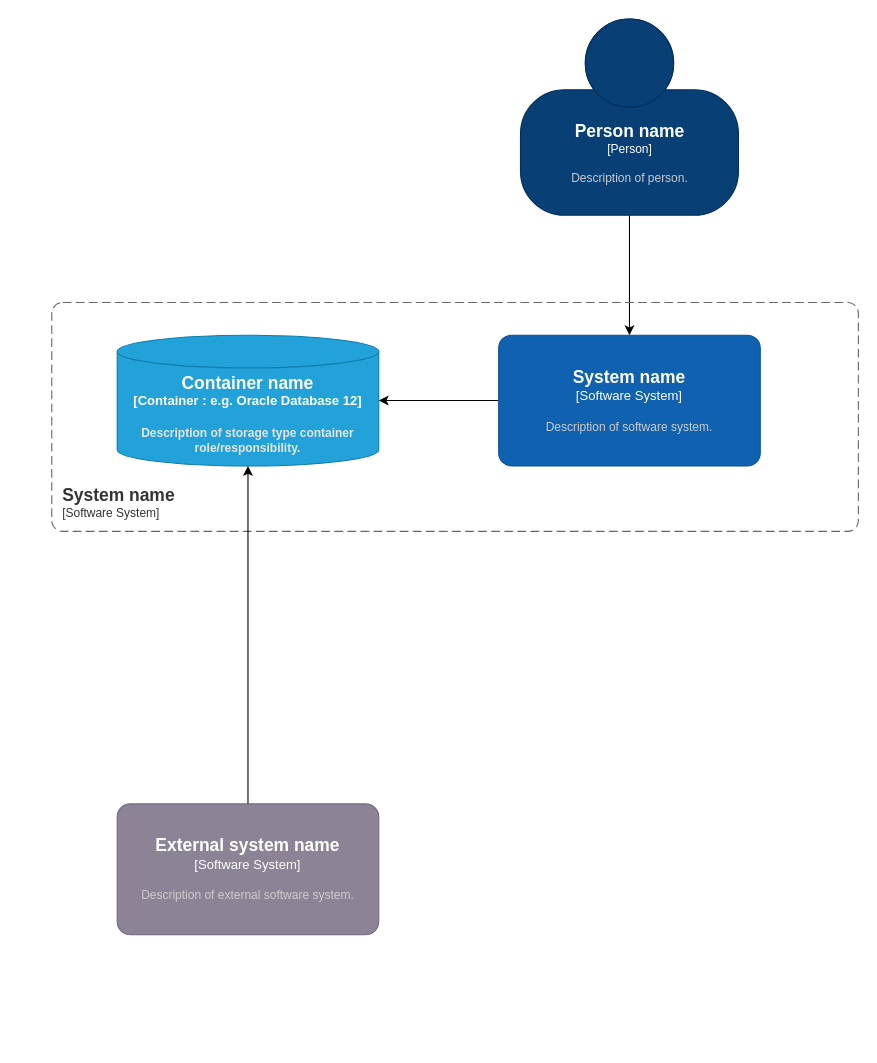
jankb/kotlintest keeps this draw.io diagram as docs/desgingtest.drawio. Above is the earlier version. Source tidied: cells renumbered, new cells numbered last; positions are measured from the earlier drawing's top-left corner, leaving out a move shared by most shapes. Both pictures are drawn from the tidied source at 109%, with x=0, y=0 at pixel (51, 19).
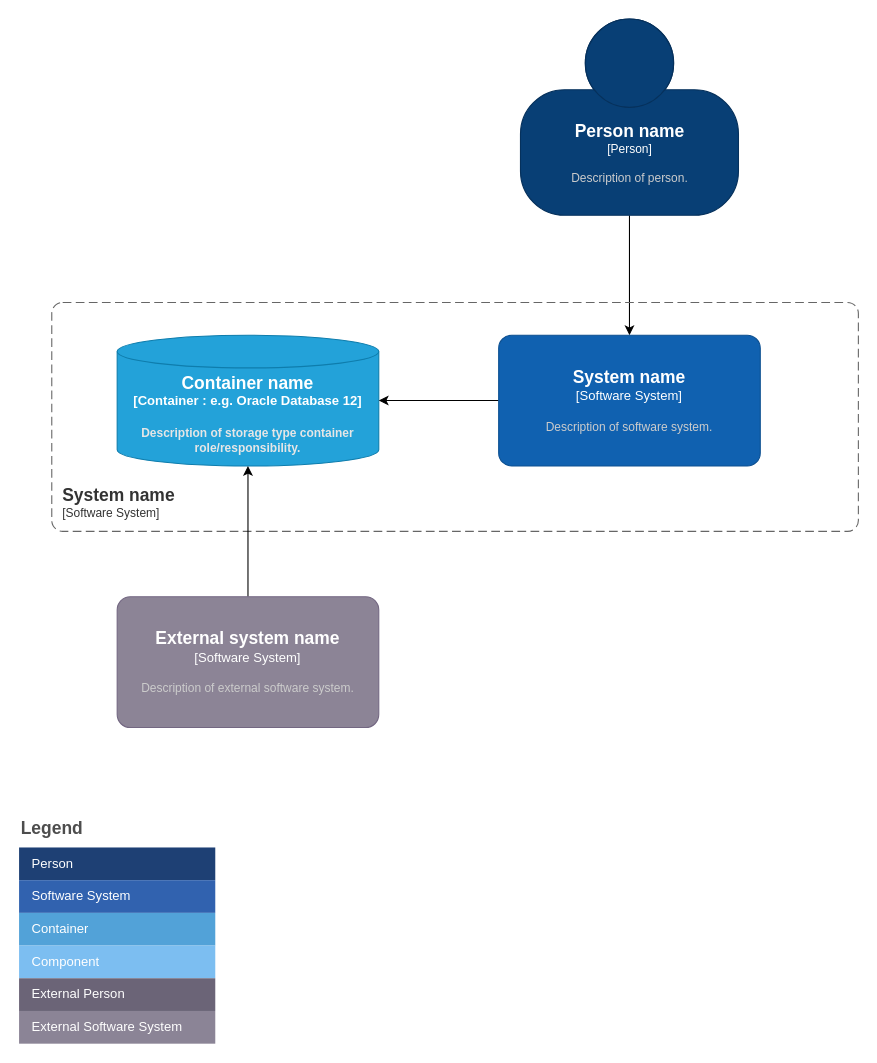
Above is the later version.

What changed in the source:
```diff
@@
     <object id="9" label="&lt;font style=&quot;font-size: 16px&quot;&gt;&lt;b&gt;%c4Name%&lt;/b&gt;&lt;/font&gt;&lt;div&gt;[%c4Type%]&lt;/div&gt;&lt;br&gt;&lt;div&gt;&lt;font style=&quot;font-size: 11px&quot;&gt;&lt;font color=&quot;#cccccc&quot;&gt;%c4Description%&lt;/font&gt;&lt;/div&gt;" c4Description="Description of external software system." c4Name="External system name" c4Type="Software System" placeholders="1">
       <mxCell style="rounded=1;whiteSpace=wrap;html=1;labelBackgroundColor=none;fillColor=#8C8496;fontColor=#ffffff;align=center;arcSize=10;strokeColor=#736782;points=[[0.25,0,0],[0.5,0,0],[0.75,0,0],[1,0.25,0],[1,0.5,0],[1,0.75,0],[0.75,1,0],[0.5,1,0],[0.25,1,0],[0,0.75,0],[0,0.5,0],[0,0.25,0]];" parent="1" vertex="1">
-        <mxGeometry x="60" y="720" width="240" height="120" as="geometry" />
+        <mxGeometry x="60" y="530" width="240" height="120" as="geometry" />
       </mxCell>
     </object>
+    <mxCell id="10" value="Legend" style="align=left;fontSize=16;fontStyle=1;strokeColor=none;fillColor=none;fontColor=#4D4D4D;spacingTop=-8;" parent="1" vertex="1">
+      <mxGeometry x="-30" y="730" width="180" height="30" as="geometry" />
+    </mxCell>
+    <mxCell id="11" style="shape=table;html=1;whiteSpace=wrap;startSize=0;childLayout=tableLayout;fillColor=none;align=left;spacingLeft=10;strokeColor=none;rounded=1;arcSize=11;fontColor=#FFFFFF;" parent="1" vertex="1">
+      <mxGeometry x="-30" y="760" width="180" height="180" as="geometry" />
+    </mxCell>
+    <mxCell id="12" value="Person" style="shape=partialRectangle;html=1;whiteSpace=wrap;fillColor=#1E4074;top=0;left=0;bottom=0;right=0;overflow=hidden;align=left;spacingLeft=10;strokeColor=none;fontColor=#FFFFFF;" parent="11" vertex="1">
+      <mxGeometry width="180" height="30" as="geometry" />
+    </mxCell>
+    <mxCell id="13" value="Software System" style="shape=partialRectangle;html=1;whiteSpace=wrap;fillColor=#3162AF;top=0;left=0;bottom=0;right=0;overflow=hidden;align=left;spacingLeft=10;fontColor=#FFFFFF;" parent="11" vertex="1">
+      <mxGeometry y="30" width="180" height="30" as="geometry" />
+    </mxCell>
+    <mxCell id="14" value="Container" style="shape=partialRectangle;html=1;whiteSpace=wrap;fillColor=#52A2D8;top=0;left=0;bottom=0;right=0;overflow=hidden;align=left;spacingLeft=10;fontColor=#FFFFFF;" parent="11" vertex="1">
+      <mxGeometry y="60" width="180" height="30" as="geometry" />
+    </mxCell>
+    <mxCell id="15" value="Component" style="shape=partialRectangle;html=1;whiteSpace=wrap;fillColor=#7CBEF1;top=0;left=0;bottom=0;right=0;overflow=hidden;align=left;spacingLeft=10;fontColor=#FFFFFF;" parent="11" vertex="1">
+      <mxGeometry y="90" width="180" height="30" as="geometry" />
+    </mxCell>
+    <mxCell id="16" value="External Person" style="shape=partialRectangle;html=1;whiteSpace=wrap;fillColor=#6B6477;top=0;left=0;bottom=0;right=0;overflow=hidden;align=left;spacingLeft=10;fontColor=#FFFFFF;" parent="11" vertex="1">
+      <mxGeometry y="120" width="180" height="30" as="geometry" />
+    </mxCell>
+    <mxCell id="17" value="External Software System" style="shape=partialRectangle;html=1;whiteSpace=wrap;fillColor=#8B8496;top=0;left=0;bottom=0;right=0;overflow=hidden;align=left;spacingLeft=10;fontColor=#FFFFFF;" parent="11" vertex="1">
+      <mxGeometry y="150" width="180" height="30" as="geometry" />
+    </mxCell>
```
